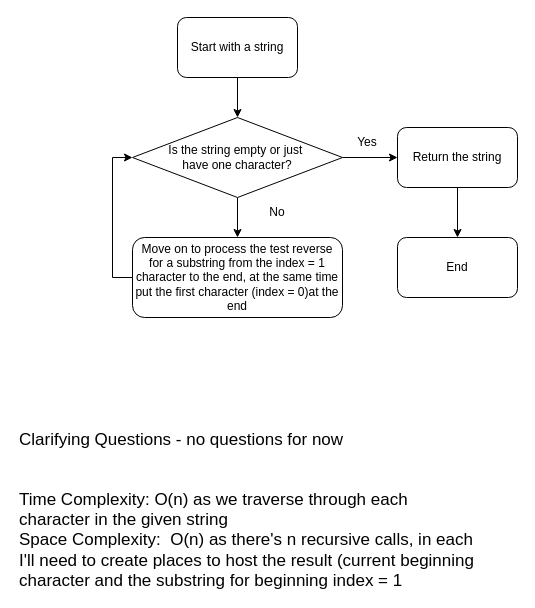
Above: TextWise Solutions.drawio in yanatnsc/TextWise-Solutions (draw.io), before the change. Source tidied: cells renumbered, new cells numbered last; positions are measured from the earlier drawing's top-left corner, leaving out a move shared by most shapes. Both pictures are drawn from the tidied source at 100%, with x=0, y=0 at pixel (17, 17).
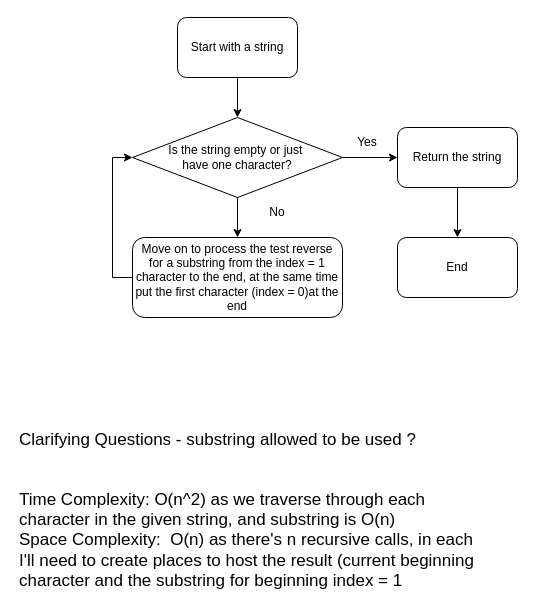
The same page after the edit.

Change to the diagram source:
```diff
@@
 <mxGraphModel>
   <root>
     <mxCell id="0" />
     <mxCell id="1" parent="0" />
     <mxCell id="2" value="Start with a string" style="rounded=1;whiteSpace=wrap;html=1;" parent="1" vertex="1">
       <mxGeometry x="160" width="120" height="60" as="geometry" />
     </mxCell>
     <mxCell id="3" style="edgeStyle=orthogonalEdgeStyle;rounded=0;jettySize=auto;html=1;exitX=0.5;exitY=1;exitDx=0;exitDy=0;entryX=0.5;entryY=0;entryDx=0;entryDy=0;" parent="1" edge="1" source="5" target="8">
       <mxGeometry relative="1" as="geometry" />
     </mxCell>
     <mxCell id="4" style="edgeStyle=orthogonalEdgeStyle;rounded=0;jettySize=auto;html=1;" parent="1" edge="1" source="5" target="10">
       <mxGeometry relative="1" as="geometry" />
     </mxCell>
     <mxCell id="5" value="Is the string empty or just&amp;nbsp;&lt;div&gt;have one character?&lt;/div&gt;" style="rhombus;whiteSpace=wrap;html=1;" parent="1" vertex="1">
       <mxGeometry x="115" y="100" width="210" height="80" as="geometry" />
     </mxCell>
     <mxCell id="6" value="End" style="rounded=1;whiteSpace=wrap;html=1;" parent="1" vertex="1">
       <mxGeometry x="380" y="220" width="120" height="60" as="geometry" />
     </mxCell>
     <mxCell id="7" style="edgeStyle=orthogonalEdgeStyle;rounded=0;jettySize=auto;html=1;exitX=0;exitY=0.5;exitDx=0;exitDy=0;entryX=0;entryY=0.5;entryDx=0;entryDy=0;" parent="1" edge="1" source="8" target="5">
       <mxGeometry relative="1" as="geometry" />
     </mxCell>
     <mxCell id="8" value="Move on to process the test reverse for a substring from the index = 1 character to the end, at the same time put the first character (index = 0)at the end" style="rounded=1;whiteSpace=wrap;html=1;" parent="1" vertex="1">
       <mxGeometry x="115" y="220" width="210" height="80" as="geometry" />
     </mxCell>
     <mxCell id="9" style="edgeStyle=orthogonalEdgeStyle;rounded=0;jettySize=auto;html=1;" parent="1" edge="1" source="10" target="6">
       <mxGeometry relative="1" as="geometry" />
     </mxCell>
     <mxCell id="10" value="Return the string" style="rounded=1;whiteSpace=wrap;html=1;" parent="1" vertex="1">
       <mxGeometry x="380" y="110" width="120" height="60" as="geometry" />
     </mxCell>
     <mxCell id="11" style="endArrow=classic;html=1;rounded=0;exitX=0.5;exitY=1;exitDx=0;exitDy=0;" parent="1" edge="1" source="2" target="5">
       <mxGeometry relative="1" as="geometry" />
     </mxCell>
     <mxCell id="12" value="No" style="text;html=1;align=center;verticalAlign=middle;whiteSpace=wrap;rounded=0;" parent="1" vertex="1">
       <mxGeometry x="230" y="180" width="60" height="30" as="geometry" />
     </mxCell>
     <mxCell id="13" value="Yes" style="text;html=1;align=center;verticalAlign=middle;whiteSpace=wrap;rounded=0;" parent="1" vertex="1">
       <mxGeometry x="320" y="110" width="60" height="30" as="geometry" />
     </mxCell>
-    <mxCell id="14" value="&lt;font style=&quot;font-size: 17px;&quot;&gt;Clarifying Questions - no questions for now&lt;/font&gt;" style="text;html=1;align=left;verticalAlign=middle;whiteSpace=wrap;rounded=0;" parent="1" vertex="1">
+    <mxCell id="14" value="&lt;font style=&quot;font-size: 17px;&quot;&gt;Clarifying Questions - substring allowed to be used ?&lt;/font&gt;" style="text;html=1;align=left;verticalAlign=middle;whiteSpace=wrap;rounded=0;" parent="1" vertex="1">
       <mxGeometry y="380" width="460" height="85" as="geometry" />
     </mxCell>
-    <mxCell id="15" value="&lt;span style=&quot;font-size: 17px;&quot;&gt;Time Complexity: O(n) as we traverse through each character in the given string&lt;/span&gt;&lt;div&gt;&lt;span style=&quot;font-size: 17px;&quot;&gt;Space Complexity:&amp;nbsp; O(n) as there's n recursive calls, in each I'll need to create places to host the result (current beginning character and the substring for beginning index = 1&amp;nbsp;&lt;br&gt;&lt;/span&gt;&lt;/div&gt;" style="text;html=1;align=left;verticalAlign=middle;whiteSpace=wrap;rounded=0;" parent="1" vertex="1">
+    <mxCell id="15" value="&lt;span style=&quot;font-size: 17px;&quot;&gt;Time Complexity: O(n^2) as we traverse through each character in the given string, and substring is O(n)&lt;/span&gt;&lt;div&gt;&lt;span style=&quot;font-size: 17px;&quot;&gt;Space Complexity:&amp;nbsp; O(n) as there's n recursive calls, in each I'll need to create places to host the result (current beginning character and the substring for beginning index = 1&amp;nbsp;&lt;br&gt;&lt;/span&gt;&lt;/div&gt;" style="text;html=1;align=left;verticalAlign=middle;whiteSpace=wrap;rounded=0;" parent="1" vertex="1">
       <mxGeometry y="480" width="460" height="85" as="geometry" />
     </mxCell>
   </root>
 </mxGraphModel>
```
